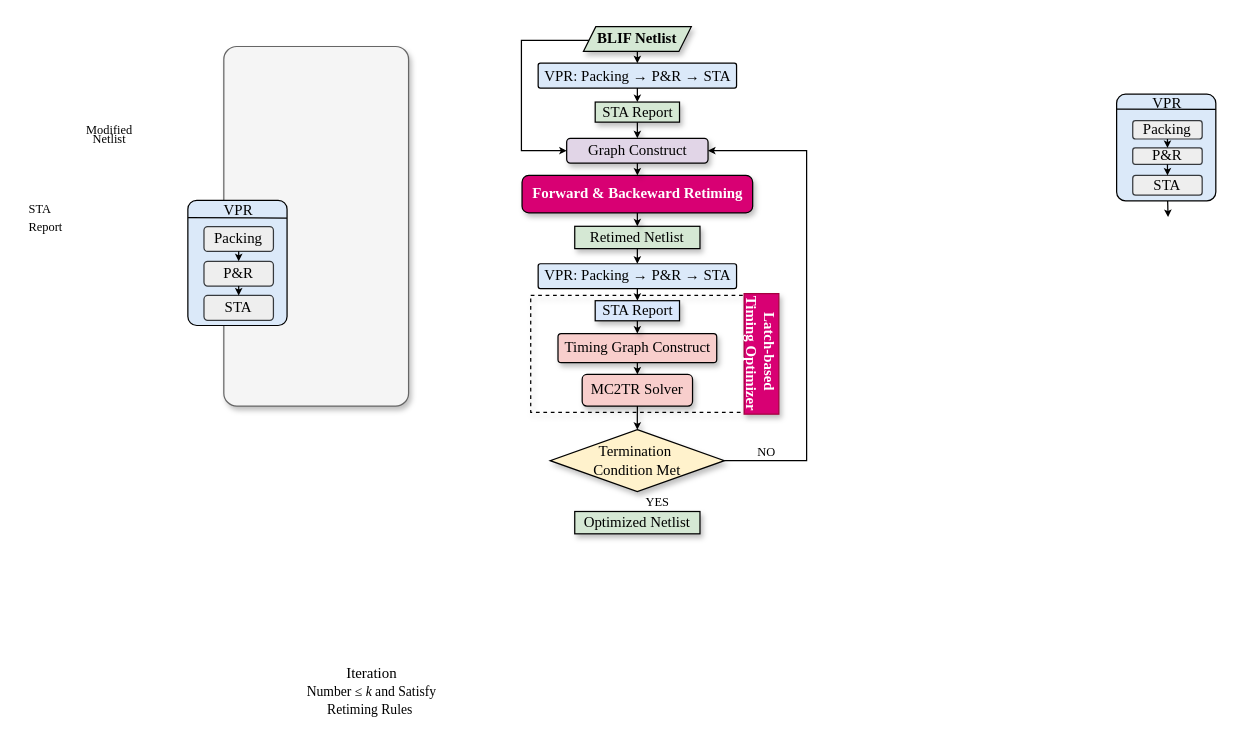
The draw.io diagram TIRK.drawio in kxzhu0505/TIRL, before the edit. Source tidied: cells renumbered, new cells numbered last; positions are measured from the earlier drawing's top-left corner, leaving out a move shared by most shapes. Both pictures are drawn from the tidied source at 124%, with x=0, y=0 at pixel (26, 26).
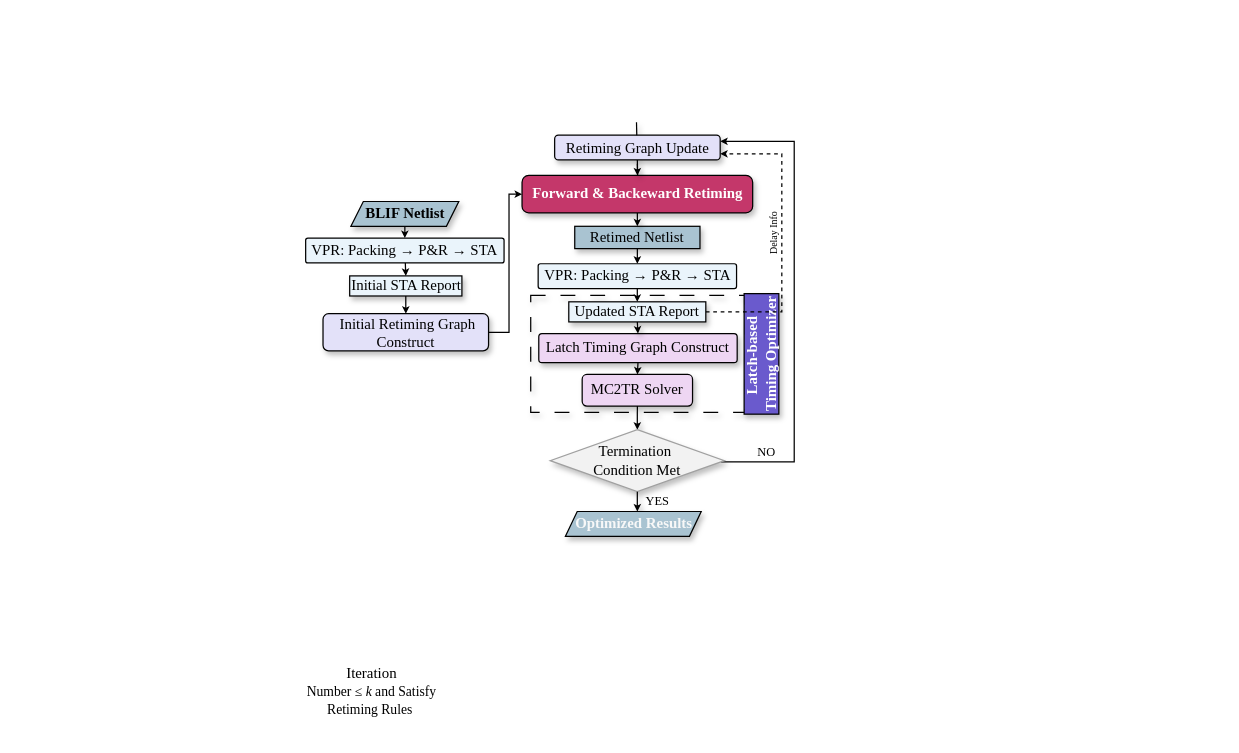
After the change.

What changed in the source:
```diff
@@
-    <mxCell id="2" style="rounded=0;whiteSpace=wrap;html=1;fillColor=none;strokeWidth=1;fontFamily=Times New Roman;shadow=1;dashed=1;" parent="1" vertex="1">
+    <mxCell id="2" style="rounded=0;whiteSpace=wrap;html=1;fillColor=none;strokeWidth=1;fontFamily=Times New Roman;shadow=1;dashed=1;dashPattern=12 12;" parent="1" vertex="1">
       <mxGeometry x="406.5" y="216.8" width="172.5" height="94.2" as="geometry" />
     </mxCell>
@@
-    <mxCell id="4" style="rounded=0;jettySize=auto;html=1;entryX=0.5;entryY=0;entryDx=0;entryDy=0;endSize=3;" parent="1" edge="1" source="6" target="47">
-      <mxGeometry relative="1" as="geometry" />
-    </mxCell>
-    <mxCell id="5" style="edgeStyle=orthogonalEdgeStyle;rounded=0;jettySize=auto;html=1;entryX=0;entryY=0.5;entryDx=0;entryDy=0;endSize=3;" parent="1" edge="1" source="6" target="17">
+    <mxCell id="5" style="edgeStyle=orthogonalEdgeStyle;rounded=0;orthogonalLoop=1;jettySize=auto;html=1;entryX=0;entryY=0.5;entryDx=0;entryDy=0;endSize=3;" parent="1" edge="1">
       <mxGeometry relative="1" as="geometry">
+        <mxPoint x="453.5" y="11" as="sourcePoint" />
         <Array as="points">
           <mxPoint x="399" y="11" />
           <mxPoint x="399" y="100" />
         </Array>
       </mxGeometry>
     </mxCell>
-    <mxCell id="6" value="&lt;font&gt;&lt;b&gt;BLIF Netlist&lt;/b&gt;&lt;/font&gt;" style="shape=parallelogram;perimeter=parallelogramPerimeter;whiteSpace=wrap;html=1;fixedSize=1;fillColor=#d5e8d4;strokeColor=light-dark(#000000, #446e2c);strokeWidth=1;fontFamily=Times New Roman;shadow=1;size=10;" parent="1" vertex="1">
-      <mxGeometry x="449" width="87" height="20" as="geometry" />
-    </mxCell>
@@
-    <mxCell id="8" value="&lt;span style=&quot;text-wrap-mode: nowrap;&quot;&gt;Timing Graph Construct&lt;/span&gt;" style="rounded=1;whiteSpace=wrap;html=1;fillColor=#f8cecc;strokeColor=#000000;strokeWidth=1;fontFamily=Times New Roman;shadow=1;arcSize=11;" parent="1" vertex="1">
-      <mxGeometry x="428.5" y="247.5" width="128" height="23.5" as="geometry" />
+    <mxCell id="8" value="&lt;span style=&quot;text-wrap-mode: nowrap;&quot;&gt;Latch Timing Graph Construct&lt;/span&gt;" style="rounded=1;whiteSpace=wrap;html=1;fillColor=#EED6F3;strokeColor=#000000;strokeWidth=1;fontFamily=Times New Roman;shadow=1;arcSize=11;" parent="1" vertex="1">
+      <mxGeometry x="413" y="247.5" width="160" height="23.5" as="geometry" />
     </mxCell>
-    <mxCell id="9" value="MC2TR Solver" style="rounded=1;whiteSpace=wrap;html=1;fillColor=#f8cecc;strokeColor=#000000;strokeWidth=1;fontFamily=Times New Roman;shadow=1;" parent="1" vertex="1">
+    <mxCell id="9" value="MC2TR Solver" style="rounded=1;whiteSpace=wrap;html=1;fillColor=#EED6F3;strokeColor=#000000;strokeWidth=1;fontFamily=Times New Roman;shadow=1;" parent="1" vertex="1">
       <mxGeometry x="448" y="280.5" width="89" height="25.5" as="geometry" />
     </mxCell>
-    <mxCell id="10" style="rounded=1;whiteSpace=wrap;html=1;fillColor=#f5f5f5;strokeColor=#666666;strokeWidth=1;fontFamily=Times New Roman;fontColor=#333333;shadow=1;arcSize=7;" parent="1" vertex="1">
-      <mxGeometry x="159" y="16" width="149" height="290" as="geometry" />
-    </mxCell>
-    <mxCell id="11" value="&lt;hr&gt;" style="rounded=1;whiteSpace=wrap;html=1;strokeWidth=1;fontFamily=Times New Roman;shadow=0;fillColor=#DBE9F9;arcSize=9;" parent="1" vertex="1">
-      <mxGeometry x="130" y="140" width="80" height="101" as="geometry" />
-    </mxCell>
-    <mxCell id="12" value="&lt;font&gt;STA Report&lt;/font&gt;" style="rounded=0;whiteSpace=wrap;html=1;fillColor=light-dark(#d5e8d4, #1d293b);strokeColor=#000000;strokeWidth=1;fontFamily=Times New Roman;shadow=1;" parent="1" vertex="1">
-      <mxGeometry x="458.5" y="60.8" width="68" height="16.2" as="geometry" />
-    </mxCell>
-    <mxCell id="13" style="endArrow=classic;html=1;rounded=0;exitX=0.5;exitY=1;exitDx=0;exitDy=0;strokeWidth=1;fontFamily=Times New Roman;endSize=3;shadow=1;entryX=0.5;entryY=0;entryDx=0;entryDy=0;" parent="1" edge="1" source="12" target="17">
-      <mxGeometry relative="1" as="geometry" />
+    <mxCell id="13" style="endArrow=classic;html=1;rounded=0;exitX=0.5;exitY=1;exitDx=0;exitDy=0;strokeWidth=1;fontFamily=Times New Roman;endSize=3;shadow=1;entryX=0.5;entryY=0;entryDx=0;entryDy=0;" parent="1" edge="1">
+      <mxGeometry relative="1" as="geometry">
+        <mxPoint x="491.8" y="77" as="sourcePoint" />
+        <mxPoint x="493" y="131" as="targetPoint" />
+      </mxGeometry>
     </mxCell>
-    <mxCell id="14" value="&lt;font&gt;&lt;b&gt;Forward &amp;amp; Backeward Retiming&lt;/b&gt;&lt;/font&gt;" style="rounded=1;whiteSpace=wrap;html=1;fillColor=#d80073;strokeColor=#000000;arcSize=18;strokeWidth=1;fontFamily=Times New Roman;fontColor=#ffffff;shadow=1;" parent="1" vertex="1">
+    <mxCell id="14" value="&lt;font&gt;&lt;b&gt;Forward &amp;amp; Backeward Retiming&lt;/b&gt;&lt;/font&gt;" style="rounded=1;whiteSpace=wrap;html=1;fillColor=#C4376A;strokeColor=#000000;arcSize=18;strokeWidth=1;fontFamily=Times New Roman;fontColor=#ffffff;shadow=1;" parent="1" vertex="1">
       <mxGeometry x="399.5" y="120" width="186" height="30.2" as="geometry" />
     </mxCell>
@@
-    <mxCell id="16" value="&lt;font&gt;Retimed Netlist&lt;/font&gt;" style="rounded=0;whiteSpace=wrap;html=1;fillColor=light-dark(#d5e8d4, #1d293b);strokeColor=light-dark(#000000,#5C79A3);strokeWidth=1;fontFamily=Times New Roman;shadow=1;" parent="1" vertex="1">
+    <mxCell id="16" value="&lt;font&gt;Retimed Netlist&lt;/font&gt;" style="rounded=0;whiteSpace=wrap;html=1;fillColor=light-dark(#A9C3D1,#1D293B);strokeColor=light-dark(#000000,#5C79A3);strokeWidth=1;fontFamily=Times New Roman;shadow=1;" parent="1" vertex="1">
       <mxGeometry x="442" y="161" width="101" height="18" as="geometry" />
     </mxCell>
-    <mxCell id="17" value="Graph Construct" style="rounded=1;whiteSpace=wrap;html=1;fillColor=#e1d5e7;strokeColor=#000000;fillStyle=auto;strokeWidth=1;fontFamily=Times New Roman;shadow=1;" parent="1" vertex="1">
-      <mxGeometry x="435.5" y="90" width="114" height="20" as="geometry" />
-    </mxCell>
-    <mxCell id="18" style="endArrow=classic;html=1;rounded=0;exitX=0.5;exitY=1;exitDx=0;exitDy=0;strokeWidth=1;fontFamily=Times New Roman;endSize=3;entryX=0.5;entryY=0;entryDx=0;entryDy=0;shadow=1;" parent="1" edge="1" source="17" target="14">
-      <mxGeometry relative="1" as="geometry" />
+    <mxCell id="18" style="endArrow=classic;html=1;rounded=0;exitX=0.5;exitY=1;exitDx=0;exitDy=0;strokeWidth=1;fontFamily=Times New Roman;endSize=3;entryX=0.5;entryY=0;entryDx=0;entryDy=0;shadow=1;" parent="1" edge="1" target="14">
+      <mxGeometry relative="1" as="geometry">
+        <mxPoint x="492.5" y="110.5" as="sourcePoint" />
+      </mxGeometry>
     </mxCell>
-    <mxCell id="19" value="&lt;span style=&quot;font-family: &amp;quot;Times New Roman&amp;quot;;&quot;&gt;VPR&lt;/span&gt;" style="text;html=1;align=center;verticalAlign=middle;whiteSpace=wrap;rounded=0;shadow=0;strokeWidth=1;" parent="1" vertex="1">
-      <mxGeometry x="149" y="133" width="44" height="30" as="geometry" />
-    </mxCell>
-    <mxCell id="20" value="Packing" style="rounded=1;whiteSpace=wrap;html=1;fillColor=#eeeeee;strokeWidth=1;fontFamily=Times New Roman;shadow=0;strokeColor=#36393d;" parent="1" vertex="1">
-      <mxGeometry x="143" y="161.2" width="56" height="20" as="geometry" />
-    </mxCell>
-    <mxCell id="21" value="P&amp;amp;R" style="rounded=1;whiteSpace=wrap;html=1;fillColor=#eeeeee;strokeWidth=1;fontFamily=Times New Roman;shadow=0;strokeColor=#36393d;" parent="1" vertex="1">
-      <mxGeometry x="143" y="189.2" width="56" height="20" as="geometry" />
-    </mxCell>
-    <mxCell id="22" value="STA" style="rounded=1;whiteSpace=wrap;html=1;fillColor=#eeeeee;strokeWidth=1;fontFamily=Times New Roman;shadow=0;strokeColor=#36393d;" parent="1" vertex="1">
-      <mxGeometry x="143" y="216.8" width="56" height="20" as="geometry" />
-    </mxCell>
-    <mxCell id="23" style="endArrow=classic;html=1;rounded=0;strokeWidth=1;fontFamily=Times New Roman;endSize=3;entryX=0.5;entryY=0;entryDx=0;entryDy=0;shadow=0;exitX=0.5;exitY=1;exitDx=0;exitDy=0;" parent="1" edge="1" source="20" target="21">
-      <mxGeometry relative="1" as="geometry" />
-    </mxCell>
-    <mxCell id="24" style="endArrow=classic;html=1;rounded=0;exitX=0.5;exitY=1;exitDx=0;exitDy=0;strokeWidth=1;fontFamily=Times New Roman;endSize=3;entryX=0.5;entryY=0;entryDx=0;entryDy=0;shadow=0;" parent="1" edge="1" source="21" target="22">
-      <mxGeometry relative="1" as="geometry" />
-    </mxCell>
-    <mxCell id="25" value="&lt;span style=&quot;color: rgb(0, 0, 0); font-family: &amp;quot;Times New Roman&amp;quot;; font-style: normal; font-variant-ligatures: normal; font-variant-caps: normal; font-weight: 400; letter-spacing: normal; orphans: 2; text-align: center; text-indent: 0px; text-transform: none; widows: 2; word-spacing: 0px; -webkit-text-stroke-width: 0px; white-space: normal; text-decoration-thickness: initial; text-decoration-style: initial; text-decoration-color: initial; float: none; display: inline !important;&quot;&gt;&lt;font style=&quot;font-size: 10px;&quot;&gt;STA Report&lt;/font&gt;&lt;/span&gt;" style="text;whiteSpace=wrap;html=1;shadow=1;strokeWidth=1;" parent="1" vertex="1">
-      <mxGeometry y="133" width="49" height="40" as="geometry" />
-    </mxCell>
-    <mxCell id="26" value="&lt;p style=&quot;line-height: 60%;&quot;&gt;&lt;span style=&quot;color: rgb(0, 0, 0); font-family: &amp;quot;Times New Roman&amp;quot;; font-style: normal; font-variant-ligatures: normal; font-variant-caps: normal; font-weight: 400; letter-spacing: normal; orphans: 2; text-indent: 0px; text-transform: none; widows: 2; word-spacing: 0px; -webkit-text-stroke-width: 0px; white-space: normal; text-decoration-thickness: initial; text-decoration-style: initial; text-decoration-color: initial; float: none; display: inline !important;&quot;&gt;&lt;font style=&quot;font-size: 10px;&quot;&gt;Modified Netlist&lt;/font&gt;&lt;/span&gt;&lt;/p&gt;" style="text;whiteSpace=wrap;html=1;align=center;shadow=1;strokeWidth=1;" parent="1" vertex="1">
-      <mxGeometry x="49" y="60.8" width="36" height="31.5" as="geometry" />
-    </mxCell>
-    <mxCell id="27" value="&lt;font&gt;&lt;b&gt;Latch-based&amp;nbsp;&lt;/b&gt;&lt;/font&gt;&lt;div&gt;&lt;b&gt;&lt;font&gt;Timing&amp;nbsp;&lt;/font&gt;&lt;span style=&quot;background-color: initial;&quot;&gt;Optimizer&lt;/span&gt;&lt;/b&gt;&lt;/div&gt;" style="rounded=0;whiteSpace=wrap;html=1;fillColor=#d80073;strokeColor=#A50040;arcSize=36;strokeWidth=1;fontFamily=Times New Roman;fontColor=#ffffff;shadow=1;rotation=90;" parent="1" vertex="1">
+    <mxCell id="27" value="&lt;font&gt;&lt;b&gt;Latch-based&amp;nbsp;&lt;/b&gt;&lt;/font&gt;&lt;div&gt;&lt;b&gt;&lt;font&gt;Timing&amp;nbsp;&lt;/font&gt;&lt;span style=&quot;background-color: initial;&quot;&gt;Optimizer&lt;/span&gt;&lt;/b&gt;&lt;/div&gt;" style="rounded=0;whiteSpace=wrap;html=1;fillColor=#6A5ACD;strokeColor=#000000;arcSize=36;strokeWidth=1;fontFamily=Times New Roman;fontColor=#ffffff;shadow=1;rotation=-90;" parent="1" vertex="1">
       <mxGeometry x="544" y="249.9" width="97.2" height="28" as="geometry" />
     </mxCell>
@@
-    <mxCell id="29" style="endArrow=none;html=1;rounded=0;exitX=0.002;exitY=0.139;exitDx=0;exitDy=0;exitPerimeter=0;entryX=0.999;entryY=0.142;entryDx=0;entryDy=0;entryPerimeter=0;shadow=0;" parent="1" edge="1" source="11" target="11">
-      <mxGeometry relative="1" as="geometry" />
-    </mxCell>
-    <mxCell id="30" style="edgeStyle=orthogonalEdgeStyle;rounded=0;jettySize=auto;html=1;entryX=1;entryY=0.5;entryDx=0;entryDy=0;endSize=3;" parent="1" edge="1" source="31" target="17">
+    <mxCell id="30" style="edgeStyle=orthogonalEdgeStyle;rounded=0;jettySize=auto;html=1;entryX=1;entryY=0.25;entryDx=0;entryDy=0;endSize=3;" parent="1" edge="1" source="31" target="57">
       <mxGeometry relative="1" as="geometry">
         <Array as="points">
-          <mxPoint x="629" y="350" />
-          <mxPoint x="629" y="100" />
+          <mxPoint x="619" y="351" />
+          <mxPoint x="619" y="93" />
         </Array>
       </mxGeometry>
     </mxCell>
-    <mxCell id="31" value="Termination&amp;nbsp;&lt;div&gt;Condition Met&lt;/div&gt;" style="rhombus;whiteSpace=wrap;html=1;fillColor=#fff2cc;strokeColor=#000000;strokeWidth=1;fontFamily=Times New Roman;shadow=1;" parent="1" vertex="1">
+    <mxCell id="31" value="Termination&amp;nbsp;&lt;div&gt;Condition Met&lt;/div&gt;" style="rhombus;whiteSpace=wrap;html=1;fillColor=#F2F2F2;strokeColor=#A0A0A0;strokeWidth=1;fontFamily=Times New Roman;shadow=1;" parent="1" vertex="1">
       <mxGeometry x="422.2" y="325" width="140.5" height="50" as="geometry" />
     </mxCell>
@@
+    <mxCell id="51" style="edgeStyle=orthogonalEdgeStyle;rounded=0;jettySize=auto;html=1;entryX=1;entryY=0.75;entryDx=0;entryDy=0;endSize=3;dashed=1;" parent="1" edge="1" source="34" target="57">
+      <mxGeometry relative="1" as="geometry">
+        <Array as="points">
+          <mxPoint x="609" y="230" />
+          <mxPoint x="609" y="103" />
+        </Array>
+      </mxGeometry>
+    </mxCell>
-    <mxCell id="34" value="&lt;font&gt;STA Report&lt;/font&gt;" style="rounded=0;whiteSpace=wrap;html=1;fillColor=#dae8fc;strokeColor=#000000;strokeWidth=1;fontFamily=Times New Roman;shadow=1;" parent="1" vertex="1">
-      <mxGeometry x="458.5" y="221" width="68" height="16.2" as="geometry" />
+    <mxCell id="34" value="&lt;font&gt;Updated STA Report&lt;/font&gt;" style="rounded=0;whiteSpace=wrap;html=1;fillColor=light-dark(#EAF4FB,#1D293B);strokeColor=#000000;strokeWidth=1;fontFamily=Times New Roman;shadow=1;" parent="1" vertex="1">
+      <mxGeometry x="437.2" y="221.9" width="110.5" height="16.2" as="geometry" />
     </mxCell>
-    <mxCell id="35" style="rounded=0;jettySize=auto;html=1;entryX=0.5;entryY=0;entryDx=0;entryDy=0;endArrow=classic;endFill=1;endSize=3;" parent="1" edge="1" source="36">
-      <mxGeometry relative="1" as="geometry">
-        <mxPoint x="920.5" y="153.5" as="targetPoint" />
-      </mxGeometry>
-    </mxCell>
-    <mxCell id="36" value="&lt;hr&gt;" style="rounded=1;whiteSpace=wrap;html=1;strokeWidth=1;fontFamily=Times New Roman;shadow=0;fillColor=#DBE9F9;arcSize=9;" parent="1" vertex="1">
-      <mxGeometry x="879" y="54.5" width="80" height="86" as="geometry" />
-    </mxCell>
-    <mxCell id="37" value="&lt;span style=&quot;font-family: &amp;quot;Times New Roman&amp;quot;;&quot;&gt;VPR&lt;/span&gt;" style="text;html=1;align=center;verticalAlign=middle;whiteSpace=wrap;rounded=0;shadow=0;strokeWidth=1;" parent="1" vertex="1">
-      <mxGeometry x="898" y="46.5" width="44" height="30" as="geometry" />
-    </mxCell>
-    <mxCell id="38" value="Packing" style="rounded=1;whiteSpace=wrap;html=1;fillColor=#eeeeee;strokeWidth=1;fontFamily=Times New Roman;shadow=0;strokeColor=#36393d;" parent="1" vertex="1">
-      <mxGeometry x="892" y="75.8" width="56" height="14.8" as="geometry" />
-    </mxCell>
-    <mxCell id="39" value="P&amp;amp;R" style="rounded=1;whiteSpace=wrap;html=1;fillColor=#eeeeee;strokeWidth=1;fontFamily=Times New Roman;shadow=0;strokeColor=#36393d;" parent="1" vertex="1">
-      <mxGeometry x="892" y="97.8" width="56" height="13.2" as="geometry" />
-    </mxCell>
-    <mxCell id="40" value="STA" style="rounded=1;whiteSpace=wrap;html=1;fillColor=#eeeeee;strokeWidth=1;fontFamily=Times New Roman;shadow=0;strokeColor=#36393d;" parent="1" vertex="1">
-      <mxGeometry x="892" y="120" width="56" height="15.9" as="geometry" />
-    </mxCell>
-    <mxCell id="41" style="endArrow=classic;html=1;rounded=0;strokeWidth=1;fontFamily=Times New Roman;endSize=3;entryX=0.5;entryY=0;entryDx=0;entryDy=0;shadow=0;exitX=0.5;exitY=1;exitDx=0;exitDy=0;" parent="1" edge="1" source="38" target="39">
-      <mxGeometry relative="1" as="geometry" />
-    </mxCell>
-    <mxCell id="42" style="endArrow=classic;html=1;rounded=0;exitX=0.5;exitY=1;exitDx=0;exitDy=0;strokeWidth=1;fontFamily=Times New Roman;endSize=3;entryX=0.5;entryY=0;entryDx=0;entryDy=0;shadow=0;" parent="1" edge="1" source="39" target="40">
-      <mxGeometry relative="1" as="geometry" />
-    </mxCell>
-    <mxCell id="43" style="endArrow=none;html=1;rounded=0;exitX=0.002;exitY=0.139;exitDx=0;exitDy=0;exitPerimeter=0;entryX=0.999;entryY=0.142;entryDx=0;entryDy=0;entryPerimeter=0;shadow=0;" parent="1" edge="1" source="36" target="36">
-      <mxGeometry relative="1" as="geometry" />
-    </mxCell>
@@
-    <mxCell id="45" value="VPR: Packing → P&amp;amp;R → STA" style="rounded=1;whiteSpace=wrap;html=1;strokeWidth=1;fontFamily=Times New Roman;shadow=0;fillColor=#DBE9F9;arcSize=9;" parent="1" vertex="1">
+    <mxCell id="45" value="VPR: Packing → P&amp;amp;R → STA" style="rounded=1;whiteSpace=wrap;html=1;strokeWidth=1;fontFamily=Times New Roman;shadow=0;fillColor=#EAF4FB;arcSize=9;" parent="1" vertex="1">
       <mxGeometry x="412.5" y="191.2" width="160" height="20" as="geometry" />
     </mxCell>
-    <mxCell id="46" style="rounded=0;jettySize=auto;html=1;entryX=0.5;entryY=0;entryDx=0;entryDy=0;endSize=3;" parent="1" edge="1" source="47" target="12">
-      <mxGeometry relative="1" as="geometry" />
-    </mxCell>
-    <mxCell id="47" value="VPR: Packing → P&amp;amp;R → STA" style="rounded=1;whiteSpace=wrap;html=1;strokeWidth=1;fontFamily=Times New Roman;shadow=0;fillColor=#DBE9F9;arcSize=9;" parent="1" vertex="1">
-      <mxGeometry x="412.5" y="29.5" width="160" height="20" as="geometry" />
-    </mxCell>
@@
     <mxCell id="49" value="&lt;p style=&quot;line-height: 60%;&quot;&gt;&lt;span style=&quot;color: rgb(0, 0, 0); font-family: &amp;quot;Times New Roman&amp;quot;; font-style: normal; font-variant-ligatures: normal; font-variant-caps: normal; font-weight: 400; letter-spacing: normal; orphans: 2; text-indent: 0px; text-transform: none; widows: 2; word-spacing: 0px; -webkit-text-stroke-width: 0px; white-space: normal; text-decoration-thickness: initial; text-decoration-style: initial; text-decoration-color: initial; float: none; display: inline !important;&quot;&gt;&lt;font style=&quot;font-size: 10px;&quot;&gt;YES&lt;/font&gt;&lt;/span&gt;&lt;/p&gt;" style="text;whiteSpace=wrap;html=1;align=center;shadow=1;strokeWidth=1;" parent="1" vertex="1">
-      <mxGeometry x="490.5" y="361" width="36" height="31.5" as="geometry" />
+      <mxGeometry x="490.5" y="359.5" width="36" height="31.5" as="geometry" />
     </mxCell>
-    <mxCell id="50" value="Optimized Netlist" style="rounded=0;whiteSpace=wrap;html=1;fillColor=light-dark(#d5e8d4, #1d293b);strokeColor=light-dark(#000000,#5C79A3);strokeWidth=1;fontFamily=Times New Roman;shadow=1;" parent="1" vertex="1">
-      <mxGeometry x="442" y="391" width="101" height="18" as="geometry" />
-    </mxCell>
+    <mxCell id="52" style="rounded=0;jettySize=auto;html=1;strokeWidth=1;fontFamily=Times New Roman;endSize=3;shadow=1;exitX=0.5;exitY=1;exitDx=0;exitDy=0;entryX=0.5;entryY=0;entryDx=0;entryDy=0;" parent="1" edge="1" source="31">
+      <mxGeometry relative="1" as="geometry">
+        <mxPoint x="492.5" y="391" as="targetPoint" />
+      </mxGeometry>
+    </mxCell>
+    <mxCell id="4" style="rounded=0;jettySize=auto;html=1;entryX=0.5;entryY=0;entryDx=0;entryDy=0;endSize=3;" parent="1" edge="1" source="6" target="47">
+      <mxGeometry relative="1" as="geometry" />
+    </mxCell>
+    <mxCell id="6" value="&lt;font&gt;&lt;b&gt;BLIF Netlist&lt;/b&gt;&lt;/font&gt;" style="shape=parallelogram;perimeter=parallelogramPerimeter;whiteSpace=wrap;html=1;fixedSize=1;fillColor=#A9C3D1;strokeColor=light-dark(#000000, #446e2c);strokeWidth=1;fontFamily=Times New Roman;shadow=1;size=10;" parent="1" vertex="1">
+      <mxGeometry x="261.5" y="141" width="87" height="20" as="geometry" />
+    </mxCell>
+    <mxCell id="53" value="&lt;font&gt;Initial STA Report&lt;/font&gt;" style="rounded=0;whiteSpace=wrap;html=1;fillColor=light-dark(#EAF4FB,#1D293B);strokeColor=#000000;strokeWidth=1;fontFamily=Times New Roman;shadow=1;" parent="1" vertex="1">
+      <mxGeometry x="260.5" y="201" width="90.5" height="16.2" as="geometry" />
+    </mxCell>
+    <mxCell id="54" style="edgeStyle=orthogonalEdgeStyle;rounded=0;jettySize=auto;html=1;entryX=0;entryY=0.5;entryDx=0;entryDy=0;endSize=3;" parent="1" edge="1" source="55" target="14">
+      <mxGeometry relative="1" as="geometry">
+        <Array as="points">
+          <mxPoint x="389" y="247" />
+          <mxPoint x="389" y="135" />
+        </Array>
+      </mxGeometry>
+    </mxCell>
+    <mxCell id="55" value="&amp;nbsp;Initial Retiming Graph Construct" style="rounded=1;whiteSpace=wrap;html=1;fillColor=#E3E1F9;strokeColor=#000000;fillStyle=auto;strokeWidth=1;fontFamily=Times New Roman;shadow=1;" parent="1" vertex="1">
+      <mxGeometry x="239" y="231.5" width="133.5" height="30" as="geometry" />
+    </mxCell>
+    <mxCell id="56" style="rounded=0;jettySize=auto;html=1;entryX=0.5;entryY=0;entryDx=0;entryDy=0;endSize=3;" parent="1" edge="1" source="47" target="53">
+      <mxGeometry relative="1" as="geometry" />
+    </mxCell>
+    <mxCell id="47" value="VPR: Packing → P&amp;amp;R → STA" style="rounded=1;whiteSpace=wrap;html=1;strokeWidth=1;fontFamily=Times New Roman;shadow=0;fillColor=#EAF4FB;arcSize=9;" parent="1" vertex="1">
+      <mxGeometry x="225" y="170.5" width="160" height="20" as="geometry" />
+    </mxCell>
+    <mxCell id="57" value="Retiming Graph Update" style="rounded=1;whiteSpace=wrap;html=1;fillColor=#E3E1F9;strokeColor=#000000;fillStyle=auto;strokeWidth=1;fontFamily=Times New Roman;shadow=1;" parent="1" vertex="1">
+      <mxGeometry x="425.8" y="87.5" width="133.5" height="20" as="geometry" />
+    </mxCell>
+    <mxCell id="58" style="rounded=0;jettySize=auto;html=1;entryX=0.5;entryY=0;entryDx=0;entryDy=0;endSize=3;exitX=0.5;exitY=1;exitDx=0;exitDy=0;" parent="1" edge="1" source="53" target="55">
+      <mxGeometry relative="1" as="geometry" />
+    </mxCell>
+    <mxCell id="59" value="&lt;font style=&quot;color: rgb(248, 248, 248);&quot;&gt;&lt;b style=&quot;&quot;&gt;Optimized Results&lt;/b&gt;&lt;/font&gt;" style="shape=parallelogram;perimeter=parallelogramPerimeter;whiteSpace=wrap;html=1;fixedSize=1;fillColor=#A9C3D1;strokeColor=light-dark(#000000, #446e2c);strokeWidth=1;fontFamily=Times New Roman;shadow=1;size=9.5;" parent="1" vertex="1">
+      <mxGeometry x="434.5" y="391" width="109.5" height="20" as="geometry" />
+    </mxCell>
+    <mxCell id="60" value="&lt;font style=&quot;font-size: 8px;&quot; face=&quot;Times New Roman&quot;&gt;Delay Info&lt;/font&gt;" style="text;whiteSpace=wrap;html=1;rotation=-90;" parent="1" vertex="1">
+      <mxGeometry x="562.8" y="161" width="50" as="geometry" />
+    </mxCell>
```
